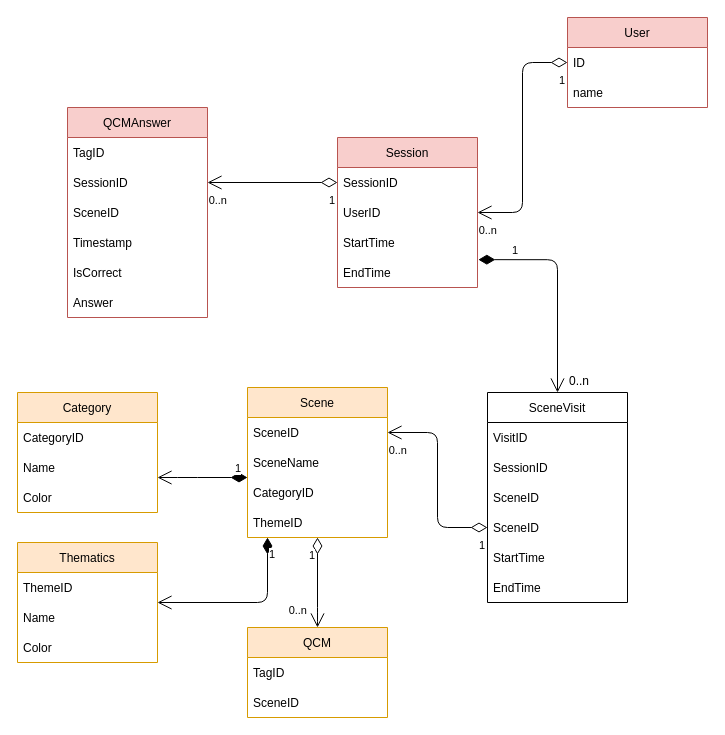
The draw.io diagram Untitled Diagram.drawio in TienYou-Nathan/UptaleDataAnalysis, before the edit. Source tidied: cells renumbered, new cells numbered last; positions are measured from the earlier drawing's top-left corner, leaving out a move shared by most shapes. Both pictures are drawn from the tidied source at 100%, with x=0, y=0 at pixel (17, 17).
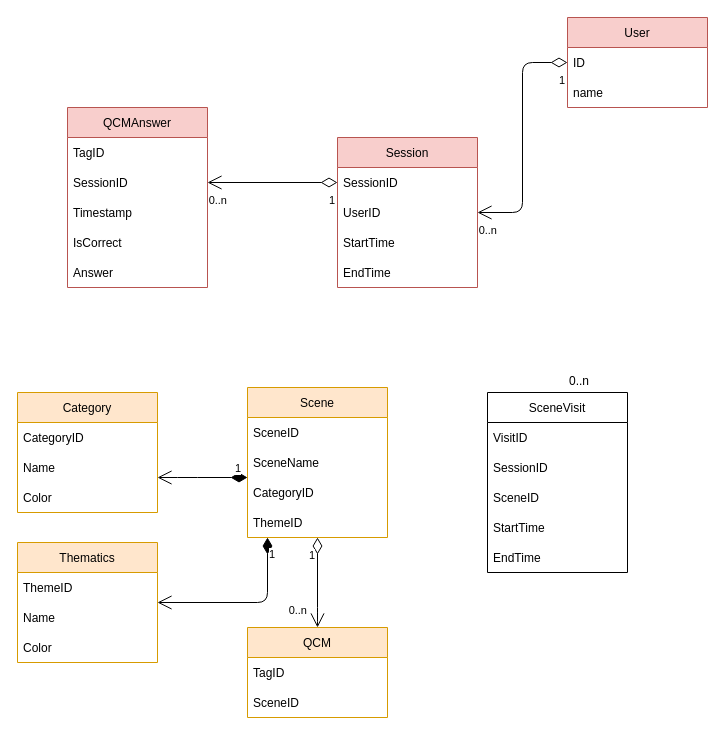
Above is the later version.

The change refers to these unchanged cells:
```xml
<mxCell id="9" value="EndTime" style="text;strokeColor=none;fillColor=none;align=left;verticalAlign=middle;spacingLeft=4;spacingRight=4;overflow=hidden;points=[[0,0.5],[1,0.5]];portConstraint=eastwest;" parent="5" vertex="1">
  <mxGeometry y="120" width="140" height="30" as="geometry" />
</mxCell>
<mxCell id="14" value="SceneID" style="text;strokeColor=none;fillColor=none;align=left;verticalAlign=middle;spacingLeft=4;spacingRight=4;overflow=hidden;points=[[0,0.5],[1,0.5]];portConstraint=eastwest;" parent="13" vertex="1">
  <mxGeometry y="30" width="140" height="30" as="geometry" />
</mxCell>
```

The edit, as a diff of the source:
```diff
@@
     <mxCell id="24" value="QCMAnswer" style="swimlane;fontStyle=0;horizontal=1;startSize=30;fillColor=#f8cecc;strokeColor=#b85450;" parent="1" vertex="1">
-      <mxGeometry x="50" y="90" width="140" height="210" as="geometry" />
+      <mxGeometry x="50" y="90" width="140" height="180" as="geometry" />
     </mxCell>
@@
-    <mxCell id="27" value="SceneID" style="text;strokeColor=none;fillColor=none;align=left;verticalAlign=middle;spacingLeft=4;spacingRight=4;overflow=hidden;" parent="24" vertex="1">
-      <mxGeometry y="90" width="140" height="30" as="geometry" />
-    </mxCell>
     <mxCell id="28" value="Timestamp" style="text;strokeColor=none;fillColor=none;align=left;verticalAlign=middle;spacingLeft=4;spacingRight=4;overflow=hidden;" parent="24" vertex="1">
-      <mxGeometry y="120" width="140" height="30" as="geometry" />
+      <mxGeometry y="90" width="140" height="30" as="geometry" />
     </mxCell>
     <mxCell id="29" value="IsCorrect" style="text;strokeColor=none;fillColor=none;align=left;verticalAlign=middle;spacingLeft=4;spacingRight=4;overflow=hidden;" parent="24" vertex="1">
-      <mxGeometry y="150" width="140" height="30" as="geometry" />
+      <mxGeometry y="120" width="140" height="30" as="geometry" />
     </mxCell>
     <mxCell id="30" value="Answer" style="text;strokeColor=none;fillColor=none;align=left;verticalAlign=middle;spacingLeft=4;spacingRight=4;overflow=hidden;" parent="24" vertex="1">
-      <mxGeometry y="180" width="140" height="30" as="geometry" />
+      <mxGeometry y="150" width="140" height="30" as="geometry" />
     </mxCell>
@@
     <mxCell id="34" value="SceneVisit" style="swimlane;fontStyle=0;horizontal=1;startSize=30;" parent="1" vertex="1">
-      <mxGeometry x="470" y="375" width="140" height="210" as="geometry" />
+      <mxGeometry x="470" y="375" width="140" height="180" as="geometry" />
     </mxCell>
@@
-    <mxCell id="38" value="SceneID" style="text;strokeColor=none;fillColor=none;align=left;verticalAlign=middle;spacingLeft=4;spacingRight=4;overflow=hidden;points=[[0,0.5],[1,0.5]];portConstraint=eastwest;" parent="34" vertex="1">
-      <mxGeometry y="120" width="140" height="30" as="geometry" />
-    </mxCell>
     <mxCell id="39" value="StartTime    " style="text;strokeColor=none;fillColor=none;align=left;verticalAlign=middle;spacingLeft=4;spacingRight=4;overflow=hidden;" parent="34" vertex="1">
-      <mxGeometry y="150" width="140" height="30" as="geometry" />
+      <mxGeometry y="120" width="140" height="30" as="geometry" />
     </mxCell>
     <mxCell id="40" value="EndTime" style="text;strokeColor=none;fillColor=none;align=left;verticalAlign=middle;spacingLeft=4;spacingRight=4;overflow=hidden;" parent="34" vertex="1">
-      <mxGeometry y="180" width="140" height="30" as="geometry" />
+      <mxGeometry y="150" width="140" height="30" as="geometry" />
     </mxCell>
-    <mxCell id="41" value="1" style="endArrow=open;html=1;endSize=12;startArrow=diamondThin;startSize=14;startFill=1;edgeStyle=orthogonalEdgeStyle;align=left;verticalAlign=bottom;exitX=1.006;exitY=0.072;exitDx=0;exitDy=0;exitPerimeter=0;" parent="1" edge="1" source="9" target="34">
-      <mxGeometry x="-0.7" relative="1" as="geometry">
-        <Array as="points">
-          <mxPoint x="540" y="242" />
-        </Array>
-      </mxGeometry>
-    </mxCell>
@@
-    <mxCell id="43" style="endArrow=open;html=1;endSize=12;startArrow=diamondThin;startSize=14;startFill=0;edgeStyle=orthogonalEdgeStyle;exitX=0;exitY=0.5;exitDx=0;exitDy=0;" parent="1" edge="1" source="38" target="14">
-      <mxGeometry relative="1" as="geometry" />
-    </mxCell>
-    <mxCell id="44" value="1" style="edgeLabel;html=1;align=left;verticalAlign=top;" parent="43" vertex="1">
-      <mxGeometry x="-1" relative="1" as="geometry">
-        <mxPoint x="-10" y="5" as="offset" />
-      </mxGeometry>
-    </mxCell>
-    <mxCell id="45" value="0..n" style="edgeLabel;html=1;align=right;verticalAlign=top;" parent="43" vertex="1">
-      <mxGeometry x="1" relative="1" as="geometry">
-        <mxPoint x="20" y="5" as="offset" />
-      </mxGeometry>
-    </mxCell>
```
